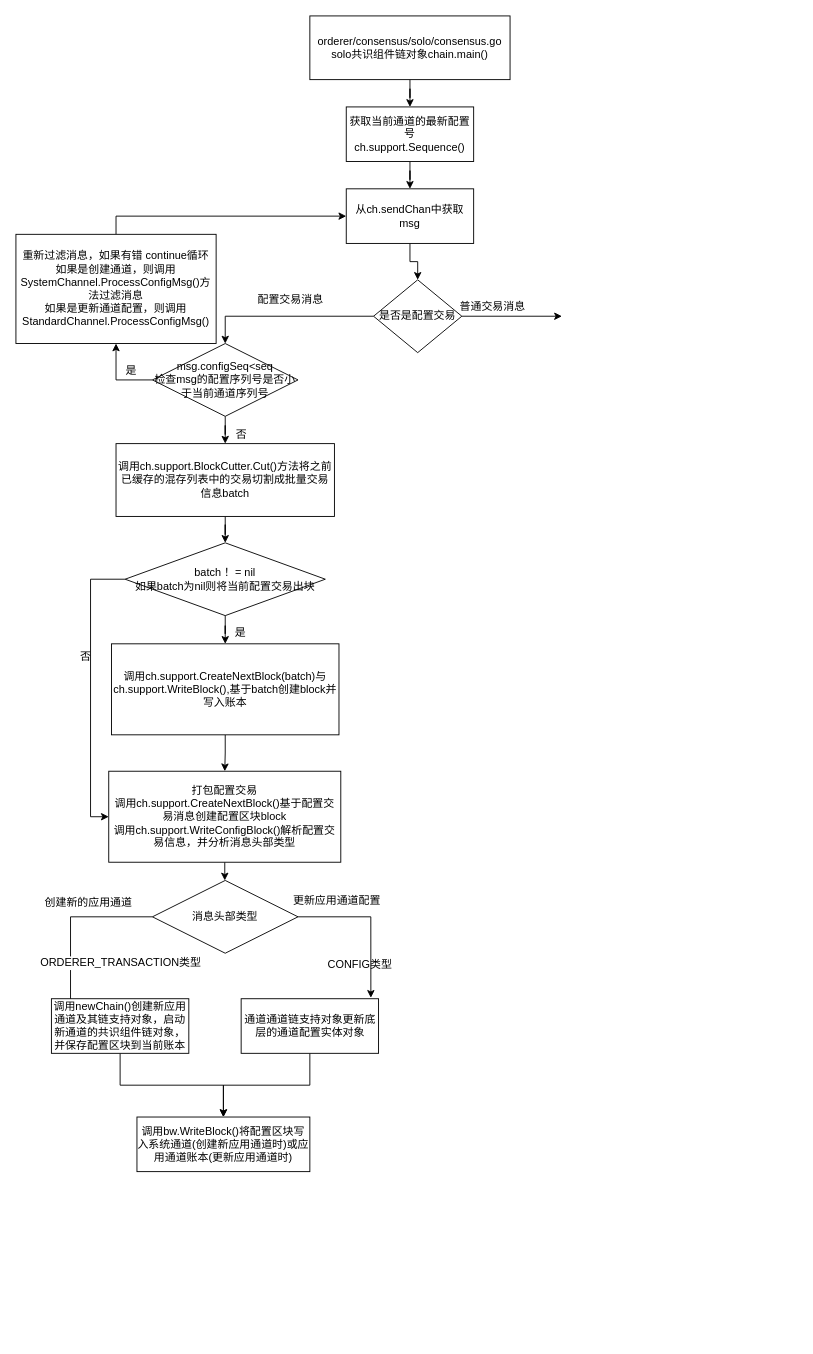
Above: Orderer/solo共识组件.drawio in OopsL/Fabric- (draw.io), before the change. Source tidied: cells renumbered, new cells numbered last; positions are measured from the earlier drawing's top-left corner, leaving out a move shared by most shapes. Both pictures are drawn from the tidied source at 91%, with x=0, y=0 at pixel (15, 15).
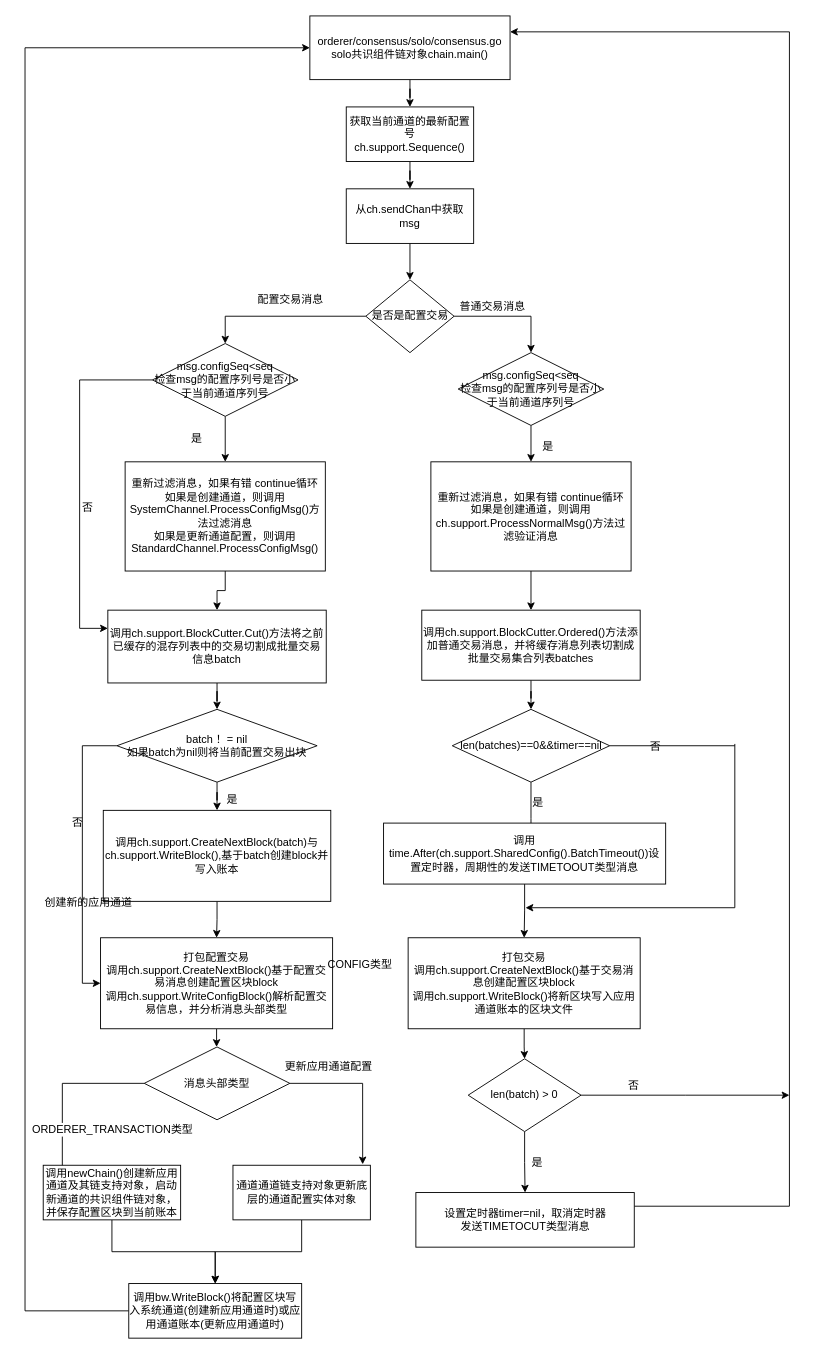
The same page after the edit.

The change refers to these unchanged cells:
```xml
<mxCell id="3" value="orderer/consensus/solo/consensus.go&lt;br&gt;solo共识组件链对象chain.main()" style="rounded=0;whiteSpace=wrap;html=1;" parent="1" vertex="1">
  <mxGeometry x="323" width="220" height="70" as="geometry" />
</mxCell>
<mxCell id="7" value="从ch.sendChan中获取msg" style="rounded=0;whiteSpace=wrap;html=1;" parent="1" vertex="1">
  <mxGeometry x="363" y="190" width="140" height="60" as="geometry" />
</mxCell>
<mxCell id="12" value="msg.configSeq&amp;lt;seq&lt;br&gt;检查msg的配置序列号是否小于当前通道序列号" style="rhombus;whiteSpace=wrap;html=1;" parent="1" vertex="1">
  <mxGeometry x="150" y="360" width="160" height="80" as="geometry" />
</mxCell>
```

The edit, as a diff of the source:
```diff
@@
+    <mxCell id="43" style="edgeStyle=orthogonalEdgeStyle;rounded=0;jettySize=auto;html=1;exitX=1;exitY=0.5;exitDx=0;exitDy=0;entryX=0.5;entryY=0;entryDx=0;entryDy=0;" parent="1" edge="1" source="9" target="47">
+      <mxGeometry relative="1" as="geometry" />
+    </mxCell>
     <mxCell id="9" value="是否是配置交易" style="rhombus;whiteSpace=wrap;html=1;" parent="1" vertex="1">
-      <mxGeometry x="393" y="290" width="97" height="80" as="geometry" />
+      <mxGeometry x="384.5" y="290" width="97" height="80" as="geometry" />
     </mxCell>
-    <mxCell id="10" style="edgeStyle=orthogonalEdgeStyle;rounded=0;jettySize=auto;html=1;exitX=0;exitY=0.5;exitDx=0;exitDy=0;entryX=0.5;entryY=1;entryDx=0;entryDy=0;" parent="1" edge="1" source="12" target="14">
+    <mxCell id="10" style="edgeStyle=orthogonalEdgeStyle;rounded=0;jettySize=auto;html=1;exitX=0.5;exitY=1;exitDx=0;exitDy=0;entryX=0.5;entryY=0;entryDx=0;entryDy=0;" parent="1" edge="1" source="12" target="14">
       <mxGeometry relative="1" as="geometry" />
     </mxCell>
-    <mxCell id="11" style="edgeStyle=orthogonalEdgeStyle;rounded=0;jettySize=auto;html=1;exitX=0.5;exitY=1;exitDx=0;exitDy=0;" parent="1" edge="1" source="12" target="17">
-      <mxGeometry relative="1" as="geometry" />
+    <mxCell id="11" style="edgeStyle=orthogonalEdgeStyle;rounded=0;jettySize=auto;html=1;exitX=0;exitY=0.5;exitDx=0;exitDy=0;entryX=0;entryY=0.25;entryDx=0;entryDy=0;" parent="1" edge="1" source="12" target="17">
+      <mxGeometry relative="1" as="geometry">
+        <Array as="points">
+          <mxPoint x="70" y="400" />
+          <mxPoint x="70" y="673" />
+        </Array>
+      </mxGeometry>
     </mxCell>
@@
-    <mxCell id="13" style="edgeStyle=orthogonalEdgeStyle;rounded=0;jettySize=auto;html=1;exitX=0.5;exitY=0;exitDx=0;exitDy=0;entryX=0;entryY=0.5;entryDx=0;entryDy=0;" parent="1" edge="1" source="14" target="7">
-      <mxGeometry relative="1" as="geometry" />
-    </mxCell>
+    <mxCell id="44" style="edgeStyle=orthogonalEdgeStyle;rounded=0;jettySize=auto;html=1;" parent="1" edge="1" source="14" target="17">
+      <mxGeometry relative="1" as="geometry" />
+    </mxCell>
     <mxCell id="14" value="重新过滤消息，如果有错 continue循环&lt;br&gt;如果是创建通道，则调用SystemChannel.ProcessConfigMsg()方法过滤消息&lt;br&gt;如果是更新通道配置，则调用&lt;br&gt;StandardChannel.ProcessConfigMsg()" style="rounded=0;whiteSpace=wrap;html=1;" parent="1" vertex="1">
-      <mxGeometry y="240" width="220" height="120" as="geometry" />
+      <mxGeometry x="120" y="490" width="220" height="120" as="geometry" />
     </mxCell>
     <mxCell id="15" value="是" style="text;html=1;align=left;verticalAlign=top;spacingTop=-4;" parent="1" vertex="1">
-      <mxGeometry x="119" y="380" width="30" height="20" as="geometry" />
+      <mxGeometry x="191" y="455" width="30" height="20" as="geometry" />
     </mxCell>
@@
     <mxCell id="17" value="调用ch.support.BlockCutter.Cut()方法将之前已缓存的混存列表中的交易切割成批量交易信息batch" style="rounded=0;whiteSpace=wrap;html=1;" parent="1" vertex="1">
-      <mxGeometry x="110" y="470" width="240" height="80" as="geometry" />
+      <mxGeometry x="101" y="653" width="240" height="80" as="geometry" />
     </mxCell>
     <mxCell id="18" value="否" style="text;html=1;align=left;verticalAlign=top;spacingTop=-4;" parent="1" vertex="1">
-      <mxGeometry x="240" y="450" width="30" height="20" as="geometry" />
+      <mxGeometry x="71" y="530" width="30" height="20" as="geometry" />
     </mxCell>
@@
     <mxCell id="21" value="batch ！= nil&lt;br&gt;如果batch为nil则将当前配置交易出块" style="rhombus;whiteSpace=wrap;html=1;" parent="1" vertex="1">
-      <mxGeometry x="120" y="579" width="220" height="80" as="geometry" />
+      <mxGeometry x="111" y="762" width="220" height="80" as="geometry" />
     </mxCell>
@@
     <mxCell id="23" value="调用ch.support.CreateNextBlock(batch)与ch.support.WriteBlock(),基于batch创建block并写入账本" style="rounded=0;whiteSpace=wrap;html=1;" parent="1" vertex="1">
-      <mxGeometry x="105" y="690" width="250" height="100" as="geometry" />
+      <mxGeometry x="96" y="873" width="250" height="100" as="geometry" />
     </mxCell>
@@
     <mxCell id="25" value="打包配置交易&lt;br&gt;调用ch.support.CreateNextBlock()基于配置交易消息创建配置区块block&lt;br&gt;调用ch.support.WriteConfigBlock()解析配置交易信息，并分析消息头部类型" style="rounded=0;whiteSpace=wrap;html=1;" parent="1" vertex="1">
-      <mxGeometry x="102" y="830" width="255" height="100" as="geometry" />
+      <mxGeometry x="93" y="1013" width="255" height="100" as="geometry" />
     </mxCell>
     <mxCell id="26" value="是" style="text;html=1;align=left;verticalAlign=top;spacingTop=-4;" parent="1" vertex="1">
-      <mxGeometry x="239" y="668" width="30" height="20" as="geometry" />
+      <mxGeometry x="230" y="851" width="30" height="20" as="geometry" />
     </mxCell>
     <mxCell id="27" value="否" style="text;html=1;align=left;verticalAlign=top;spacingTop=-4;" parent="1" vertex="1">
-      <mxGeometry x="69" y="694" width="30" height="20" as="geometry" />
+      <mxGeometry x="60" y="877" width="30" height="20" as="geometry" />
     </mxCell>
@@
     <mxCell id="31" value="消息头部类型" style="rhombus;whiteSpace=wrap;html=1;" parent="1" vertex="1">
-      <mxGeometry x="150" y="950" width="160" height="80" as="geometry" />
+      <mxGeometry x="141" y="1133" width="160" height="80" as="geometry" />
     </mxCell>
@@
     <mxCell id="33" value="调用newChain()创建新应用通道及其链支持对象，启动新通道的共识组件链对象，并保存配置区块到当前账本" style="rounded=0;whiteSpace=wrap;html=1;" parent="1" vertex="1">
-      <mxGeometry x="39" y="1080" width="151" height="60" as="geometry" />
+      <mxGeometry x="30" y="1263" width="151" height="60" as="geometry" />
     </mxCell>
@@
     <mxCell id="35" value="通道通道链支持对象更新底层的通道配置实体对象" style="rounded=0;whiteSpace=wrap;html=1;" parent="1" vertex="1">
-      <mxGeometry x="247.5" y="1080" width="151" height="60" as="geometry" />
+      <mxGeometry x="238.5" y="1263" width="151" height="60" as="geometry" />
     </mxCell>
@@
     <mxCell id="37" value="更新应用通道配置" style="text;html=1;align=left;verticalAlign=top;spacingTop=-4;" parent="1" vertex="1">
-      <mxGeometry x="303" y="962" width="110" height="20" as="geometry" />
+      <mxGeometry x="294" y="1145" width="110" height="20" as="geometry" />
     </mxCell>
@@
+    <mxCell id="45" style="edgeStyle=elbowEdgeStyle;rounded=0;jettySize=auto;elbow=vertical;html=1;exitX=0;exitY=0.5;exitDx=0;exitDy=0;entryX=0;entryY=0.5;entryDx=0;entryDy=0;" parent="1" edge="1" source="39" target="3">
+      <mxGeometry relative="1" as="geometry">
+        <Array as="points">
+          <mxPoint x="10" y="250" />
+        </Array>
+      </mxGeometry>
+    </mxCell>
     <mxCell id="39" value="调用bw.WriteBlock()将配置区块写入系统通道(创建新应用通道时)或应用通道账本(更新应用通道时)" style="rounded=0;whiteSpace=wrap;html=1;" parent="1" vertex="1">
-      <mxGeometry x="133" y="1210" width="190" height="60" as="geometry" />
+      <mxGeometry x="124" y="1393" width="190" height="60" as="geometry" />
     </mxCell>
@@
-    <mxCell id="41" style="endArrow=classic;html=1;exitX=1;exitY=0.5;exitDx=0;exitDy=0;" parent="1" edge="1" source="9">
-      <mxGeometry relative="1" as="geometry">
-        <mxPoint x="600" y="330" as="targetPoint" />
-      </mxGeometry>
-    </mxCell>
@@
+    <mxCell id="46" style="edgeStyle=orthogonalEdgeStyle;rounded=0;jettySize=auto;html=1;" parent="1" edge="1" source="47" target="49">
+      <mxGeometry relative="1" as="geometry" />
+    </mxCell>
+    <mxCell id="47" value="msg.configSeq&amp;lt;seq&lt;br&gt;检查msg的配置序列号是否小于当前通道序列号" style="rhombus;whiteSpace=wrap;html=1;" parent="1" vertex="1">
+      <mxGeometry x="486" y="370" width="160" height="80" as="geometry" />
+    </mxCell>
+    <mxCell id="48" style="edgeStyle=orthogonalEdgeStyle;rounded=0;jettySize=auto;html=1;" parent="1" edge="1" source="49" target="52">
+      <mxGeometry relative="1" as="geometry" />
+    </mxCell>
+    <mxCell id="49" value="重新过滤消息，如果有错 continue循环&lt;br&gt;如果是创建通道，则调用ch.support.ProcessNormalMsg()方法过滤验证消息" style="rounded=0;whiteSpace=wrap;html=1;" parent="1" vertex="1">
+      <mxGeometry x="456" y="490" width="220" height="120" as="geometry" />
+    </mxCell>
+    <mxCell id="50" value="是" style="text;html=1;align=left;verticalAlign=top;spacingTop=-4;" parent="1" vertex="1">
+      <mxGeometry x="577" y="463" width="30" height="20" as="geometry" />
+    </mxCell>
+    <mxCell id="51" style="edgeStyle=orthogonalEdgeStyle;rounded=0;jettySize=auto;html=1;" parent="1" edge="1" source="52" target="54">
+      <mxGeometry relative="1" as="geometry" />
+    </mxCell>
+    <mxCell id="52" value="调用ch.support.BlockCutter.Ordered()方法添加普通交易消息，并将缓存消息列表切割成批量交易集合列表batches" style="rounded=0;whiteSpace=wrap;html=1;" parent="1" vertex="1">
+      <mxGeometry x="446" y="653" width="240" height="77" as="geometry" />
+    </mxCell>
+    <mxCell id="53" style="edgeStyle=orthogonalEdgeStyle;rounded=0;jettySize=auto;html=1;" parent="1" edge="1" source="54">
+      <mxGeometry relative="1" as="geometry">
+        <mxPoint x="566" y="922" as="targetPoint" />
+      </mxGeometry>
+    </mxCell>
+    <mxCell id="54" value="len(batches)==0&amp;amp;&amp;amp;timer==nil" style="rhombus;whiteSpace=wrap;html=1;" parent="1" vertex="1">
+      <mxGeometry x="479.5" y="762" width="173" height="80" as="geometry" />
+    </mxCell>
+    <mxCell id="55" style="edgeStyle=orthogonalEdgeStyle;rounded=0;jettySize=auto;html=1;" parent="1" edge="1" source="56" target="59">
+      <mxGeometry relative="1" as="geometry" />
+    </mxCell>
+    <mxCell id="56" value="调用time.After(ch.support.SharedConfig().BatchTimeout())设置定时器，周期性的发送TIMETOOUT类型消息" style="rounded=0;whiteSpace=wrap;html=1;" parent="1" vertex="1">
+      <mxGeometry x="404" y="887" width="310" height="67" as="geometry" />
+    </mxCell>
+    <mxCell id="57" value="是" style="text;html=1;align=left;verticalAlign=top;spacingTop=-4;" parent="1" vertex="1">
+      <mxGeometry x="566" y="854.5" width="30" height="20" as="geometry" />
+    </mxCell>
+    <mxCell id="58" style="edgeStyle=orthogonalEdgeStyle;rounded=0;jettySize=auto;html=1;" parent="1" edge="1" source="59" target="62">
+      <mxGeometry relative="1" as="geometry" />
+    </mxCell>
+    <mxCell id="59" value="打包交易&lt;br&gt;调用ch.support.CreateNextBlock()基于交易消息创建配置区块block&lt;br&gt;调用ch.support.WriteBlock()将新区块写入应用通道账本的区块文件" style="rounded=0;whiteSpace=wrap;html=1;" parent="1" vertex="1">
+      <mxGeometry x="431" y="1013" width="255" height="100" as="geometry" />
+    </mxCell>
+    <mxCell id="60" style="edgeStyle=elbowEdgeStyle;rounded=0;jettySize=auto;elbow=vertical;html=1;" parent="1" edge="1" source="62" target="68">
+      <mxGeometry relative="1" as="geometry" />
+    </mxCell>
+    <mxCell id="61" style="edgeStyle=elbowEdgeStyle;rounded=0;jettySize=auto;elbow=vertical;html=1;" parent="1" edge="1" source="62">
+      <mxGeometry relative="1" as="geometry">
+        <mxPoint x="850" y="1186" as="targetPoint" />
+      </mxGeometry>
+    </mxCell>
+    <mxCell id="62" value="len(batch) &amp;gt; 0" style="rhombus;whiteSpace=wrap;html=1;" parent="1" vertex="1">
+      <mxGeometry x="497" y="1146" width="124" height="80" as="geometry" />
+    </mxCell>
+    <mxCell id="63" style="endArrow=none;html=1;exitX=1;exitY=0.5;exitDx=0;exitDy=0;" parent="1" edge="1" source="54">
+      <mxGeometry relative="1" as="geometry">
+        <mxPoint x="790" y="802" as="targetPoint" />
+      </mxGeometry>
+    </mxCell>
+    <mxCell id="64" style="endArrow=none;html=1;" parent="1" edge="1">
+      <mxGeometry relative="1" as="geometry">
+        <mxPoint x="790" y="980" as="sourcePoint" />
+        <mxPoint x="790" y="800" as="targetPoint" />
+      </mxGeometry>
+    </mxCell>
+    <mxCell id="65" style="endArrow=classic;html=1;" parent="1" edge="1">
+      <mxGeometry relative="1" as="geometry">
+        <mxPoint x="790" y="980" as="sourcePoint" />
+        <mxPoint x="560" y="980" as="targetPoint" />
+      </mxGeometry>
+    </mxCell>
+    <mxCell id="66" value="否" style="text;html=1;align=left;verticalAlign=top;spacingTop=-4;" parent="1" vertex="1">
+      <mxGeometry x="695" y="793" width="30" height="20" as="geometry" />
+    </mxCell>
+    <mxCell id="67" style="edgeStyle=elbowEdgeStyle;rounded=0;jettySize=auto;elbow=vertical;html=1;exitX=1;exitY=0.25;exitDx=0;exitDy=0;entryX=1;entryY=0.25;entryDx=0;entryDy=0;" parent="1" edge="1" source="68" target="3">
+      <mxGeometry relative="1" as="geometry">
+        <Array as="points">
+          <mxPoint x="850" y="1050" />
+          <mxPoint x="790" y="1300" />
+          <mxPoint x="860" y="1250" />
+        </Array>
+      </mxGeometry>
+    </mxCell>
+    <mxCell id="68" value="设置定时器timer=nil，取消定时器&lt;br&gt;发送TIMETOCUT类型消息" style="rounded=0;whiteSpace=wrap;html=1;" parent="1" vertex="1">
+      <mxGeometry x="439.5" y="1293" width="240" height="60" as="geometry" />
+    </mxCell>
+    <mxCell id="69" value="是" style="text;html=1;align=left;verticalAlign=top;spacingTop=-4;" parent="1" vertex="1">
+      <mxGeometry x="565" y="1250" width="30" height="20" as="geometry" />
+    </mxCell>
+    <mxCell id="70" value="否" style="text;html=1;align=left;verticalAlign=top;spacingTop=-4;" parent="1" vertex="1">
+      <mxGeometry x="671" y="1166" width="30" height="20" as="geometry" />
+    </mxCell>
```
